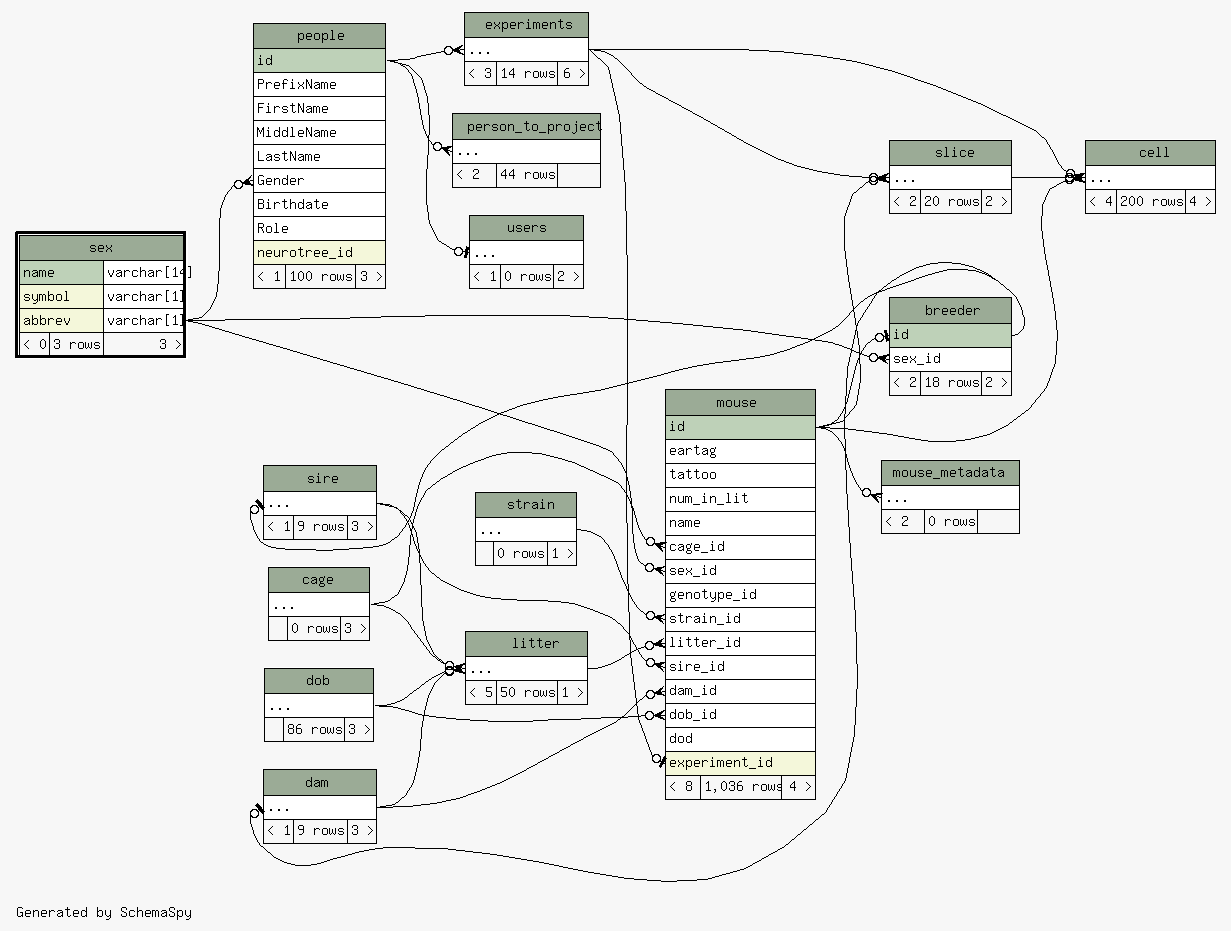
This is database/ss/diagrams/sex.2degrees.png from tgbugs/mlab, a Graphviz export, as it was before one commit. Its source is kept beside it as database/ss/diagrams/sex.2degrees.dot.
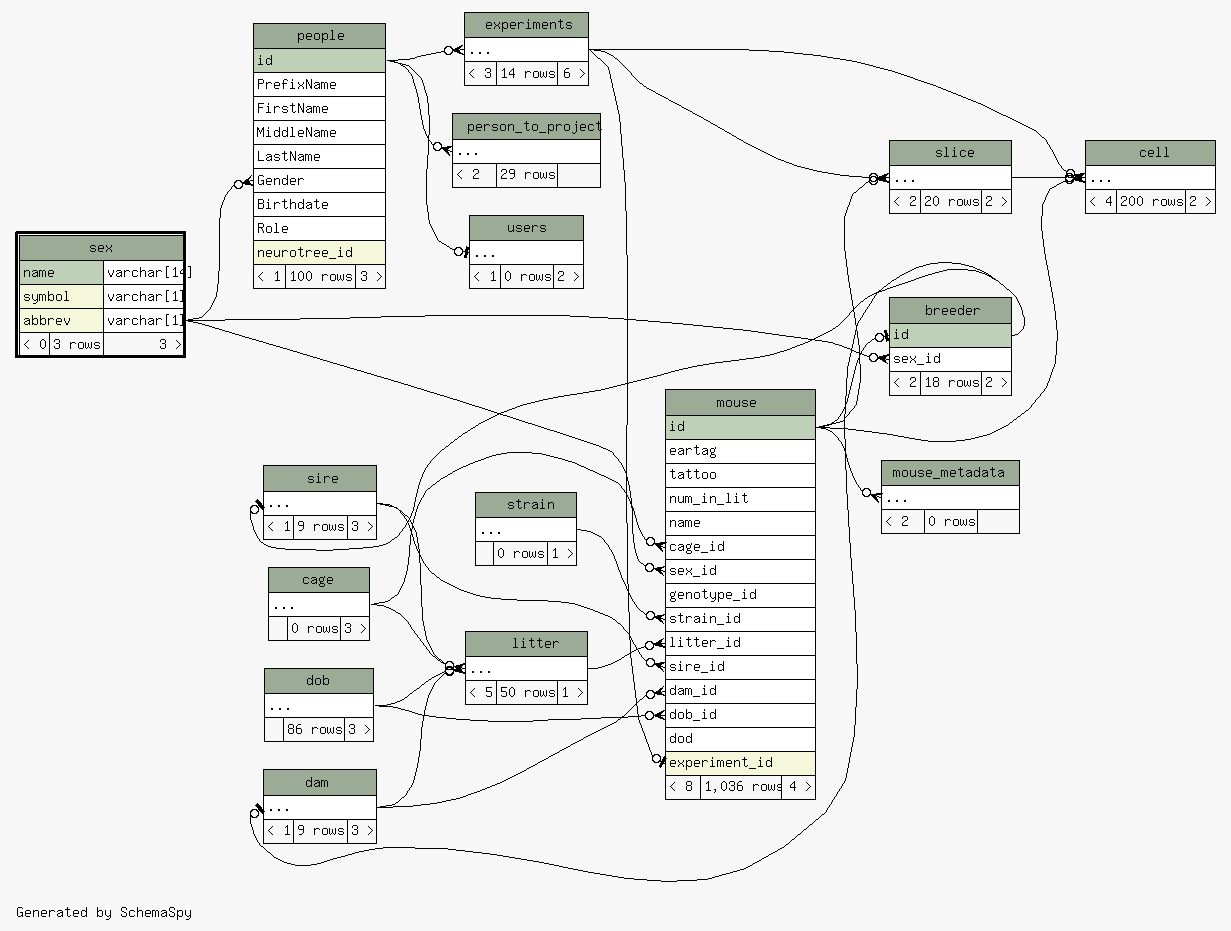
Later version of the same file.

The edit, as a diff of the source:
```diff
@@ -69,7 +69,7 @@
     <TABLE BORDER="0" CELLBORDER="1" CELLSPACING="0" BGCOLOR="#ffffff">
       <TR><TD COLSPAN="3" BGCOLOR="#9bab96" ALIGN="CENTER">cell</TD></TR>
       <TR><TD PORT="elipses" COLSPAN="3" ALIGN="LEFT">...</TD></TR>
-      <TR><TD ALIGN="LEFT" BGCOLOR="#f7f7f7">&lt; 4</TD><TD ALIGN="RIGHT" BGCOLOR="#f7f7f7">200 rows</TD><TD ALIGN="RIGHT" BGCOLOR="#f7f7f7">4 &gt;</TD></TR>
+      <TR><TD ALIGN="LEFT" BGCOLOR="#f7f7f7">&lt; 4</TD><TD ALIGN="RIGHT" BGCOLOR="#f7f7f7">200 rows</TD><TD ALIGN="RIGHT" BGCOLOR="#f7f7f7">2 &gt;</TD></TR>
     </TABLE>>
     URL="cell.html"
     tooltip="cell"
@@ -171,7 +171,7 @@
     <TABLE BORDER="0" CELLBORDER="1" CELLSPACING="0" BGCOLOR="#ffffff">
       <TR><TD COLSPAN="3" BGCOLOR="#9bab96" ALIGN="CENTER">person_to_project</TD></TR>
       <TR><TD PORT="elipses" COLSPAN="3" ALIGN="LEFT">...</TD></TR>
-      <TR><TD ALIGN="LEFT" BGCOLOR="#f7f7f7">&lt; 2</TD><TD ALIGN="RIGHT" BGCOLOR="#f7f7f7">44 rows</TD><TD ALIGN="RIGHT" BGCOLOR="#f7f7f7">  </TD></TR>
+      <TR><TD ALIGN="LEFT" BGCOLOR="#f7f7f7">&lt; 2</TD><TD ALIGN="RIGHT" BGCOLOR="#f7f7f7">29 rows</TD><TD ALIGN="RIGHT" BGCOLOR="#f7f7f7">  </TD></TR>
     </TABLE>>
     URL="person_to_project.html"
     tooltip="person_to_project"
```
